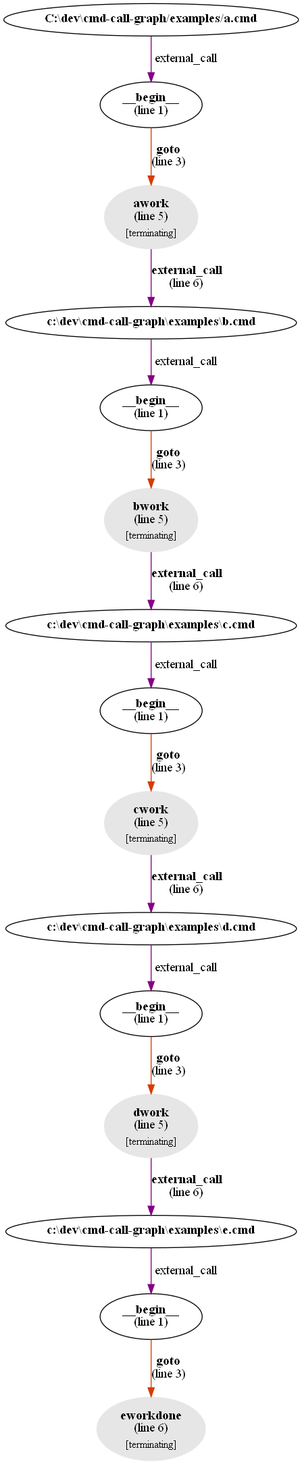
Above: examples/a.png in microsoft/cmd-call-graph (Graphviz), before the change. Its source is kept beside it as examples/a.dot.
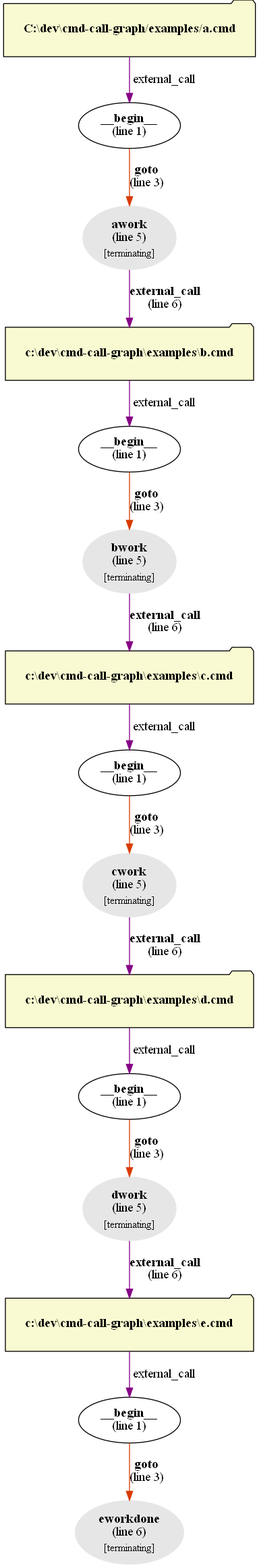
After the commit.

Commit message:
Render external scripts or programs with different shape; follow_calls flag now working.

Diff of the diagram source:
```diff
@@ -1,5 +1,5 @@
 digraph g {
-"C:\dev\cmd-call-graph/examples/a.cmd" [label=<<b>C:\dev\cmd-call-graph/examples/a.cmd</b>>]
+"C:\dev\cmd-call-graph/examples/a.cmd" [style=filled,fillcolor=lightgoldenrodyellow,shape=folder,margin=.3,label=<<b>C:\dev\cmd-call-graph/examples/a.cmd</b>>]
 "C:\dev\cmd-call-graph/examples/a.cmd" -> "__begin__c:\dev\cmd-call-graph/examples/a.cmd" [label=" external_call",color="#850085"]
 "__begin__c:\dev\cmd-call-graph/examples/a.cmd" [label=<<b>__begin__</b><br/>(line 1)>]
 "__begin__c:\dev\cmd-call-graph/examples/a.cmd" -> "awork" [label=<<b>goto</b><br />(line 3)>,color="#d83b01"]
@@ -9,23 +9,23 @@
 "__begin__c:\dev\cmd-call-graph\examples\b.cmd" -> "bwork" [label=<<b>goto</b><br />(line 3)>,color="#d83b01"]
 "bwork" [color="#e6e6e6",style=filled,label=<<b>bwork</b><br/>(line 5)<br/><sub>[terminating]</sub>>]
 "bwork" -> "c:\dev\cmd-call-graph\examples\c.cmd" [label=<<b>external_call</b><br />(line 6)>,color="#850085"]
-"c:\dev\cmd-call-graph\examples\b.cmd" [label=<<b>c:\dev\cmd-call-graph\examples\b.cmd</b>>]
+"c:\dev\cmd-call-graph\examples\b.cmd" [style=filled,fillcolor=lightgoldenrodyellow,shape=folder,margin=.3,label=<<b>c:\dev\cmd-call-graph\examples\b.cmd</b>>]
 "c:\dev\cmd-call-graph\examples\b.cmd" -> "__begin__c:\dev\cmd-call-graph\examples\b.cmd" [label=" external_call",color="#850085"]
 "__begin__c:\dev\cmd-call-graph\examples\c.cmd" [label=<<b>__begin__</b><br/>(line 1)>]
 "__begin__c:\dev\cmd-call-graph\examples\c.cmd" -> "cwork" [label=<<b>goto</b><br />(line 3)>,color="#d83b01"]
-"c:\dev\cmd-call-graph\examples\c.cmd" [label=<<b>c:\dev\cmd-call-graph\examples\c.cmd</b>>]
+"c:\dev\cmd-call-graph\examples\c.cmd" [style=filled,fillcolor=lightgoldenrodyellow,shape=folder,margin=.3,label=<<b>c:\dev\cmd-call-graph\examples\c.cmd</b>>]
 "c:\dev\cmd-call-graph\examples\c.cmd" -> "__begin__c:\dev\cmd-call-graph\examples\c.cmd" [label=" external_call",color="#850085"]
 "cwork" [color="#e6e6e6",style=filled,label=<<b>cwork</b><br/>(line 5)<br/><sub>[terminating]</sub>>]
 "cwork" -> "c:\dev\cmd-call-graph\examples\d.cmd" [label=<<b>external_call</b><br />(line 6)>,color="#850085"]
 "__begin__c:\dev\cmd-call-graph\examples\d.cmd" [label=<<b>__begin__</b><br/>(line 1)>]
 "__begin__c:\dev\cmd-call-graph\examples\d.cmd" -> "dwork" [label=<<b>goto</b><br />(line 3)>,color="#d83b01"]
-"c:\dev\cmd-call-graph\examples\d.cmd" [label=<<b>c:\dev\cmd-call-graph\examples\d.cmd</b>>]
+"c:\dev\cmd-call-graph\examples\d.cmd" [style=filled,fillcolor=lightgoldenrodyellow,shape=folder,margin=.3,label=<<b>c:\dev\cmd-call-graph\examples\d.cmd</b>>]
 "c:\dev\cmd-call-graph\examples\d.cmd" -> "__begin__c:\dev\cmd-call-graph\examples\d.cmd" [label=" external_call",color="#850085"]
 "dwork" [color="#e6e6e6",style=filled,label=<<b>dwork</b><br/>(line 5)<br/><sub>[terminating]</sub>>]
 "dwork" -> "c:\dev\cmd-call-graph\examples\e.cmd" [label=<<b>external_call</b><br />(line 6)>,color="#850085"]
 "__begin__c:\dev\cmd-call-graph\examples\e.cmd" [label=<<b>__begin__</b><br/>(line 1)>]
 "__begin__c:\dev\cmd-call-graph\examples\e.cmd" -> "eworkdone" [label=<<b>goto</b><br />(line 3)>,color="#d83b01"]
-"c:\dev\cmd-call-graph\examples\e.cmd" [label=<<b>c:\dev\cmd-call-graph\examples\e.cmd</b>>]
+"c:\dev\cmd-call-graph\examples\e.cmd" [style=filled,fillcolor=lightgoldenrodyellow,shape=folder,margin=.3,label=<<b>c:\dev\cmd-call-graph\examples\e.cmd</b>>]
 "c:\dev\cmd-call-graph\examples\e.cmd" -> "__begin__c:\dev\cmd-call-graph\examples\e.cmd" [label=" external_call",color="#850085"]
 "eworkdone" [color="#e6e6e6",style=filled,label=<<b>eworkdone</b><br/>(line 6)<br/><sub>[terminating]</sub>>]
 }
```
